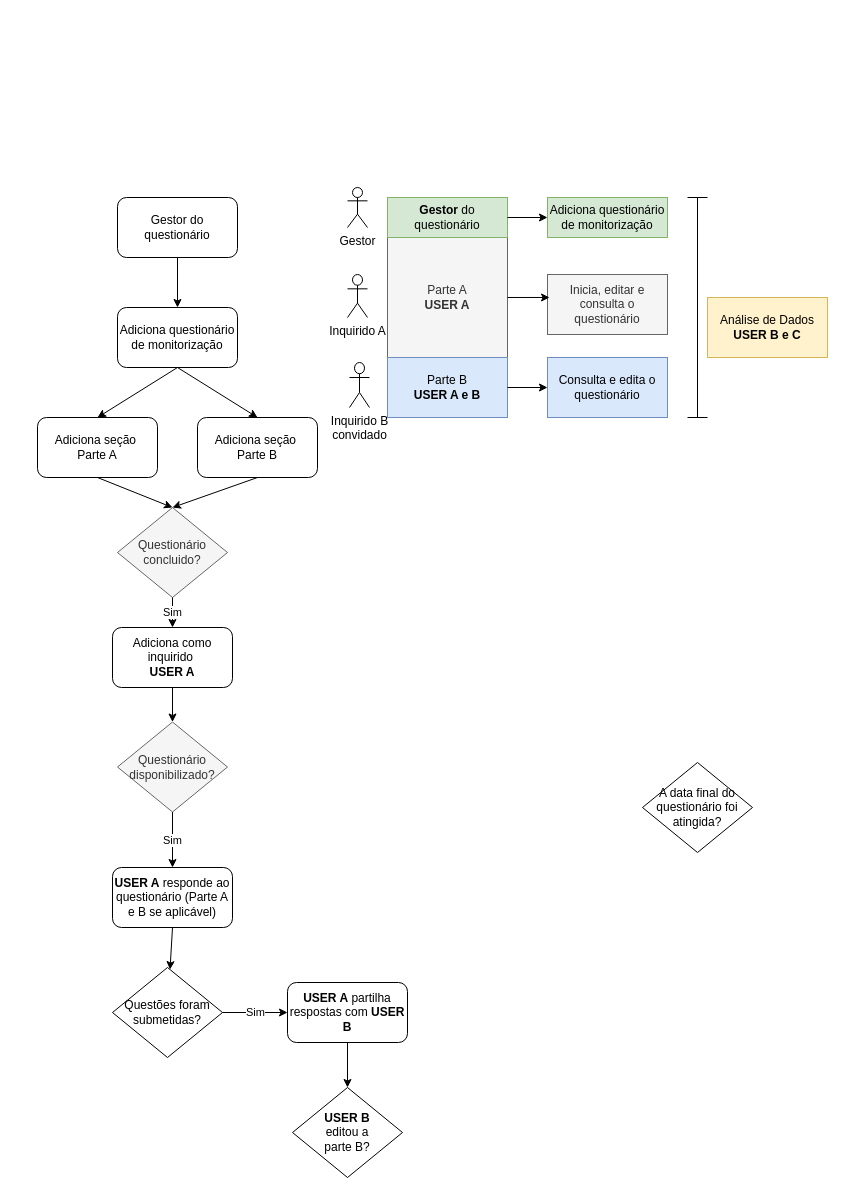
This is Diagrama sem nome.drawio from eugenianarciso/diagrams_dd, a draw.io file, before an edit. Source tidied: cells renumbered, new cells numbered last; positions are measured from the earlier drawing's top-left corner, leaving out a move shared by most shapes. Both pictures are drawn from the tidied source at 100%, with x=0, y=0 at pixel (37, 187).
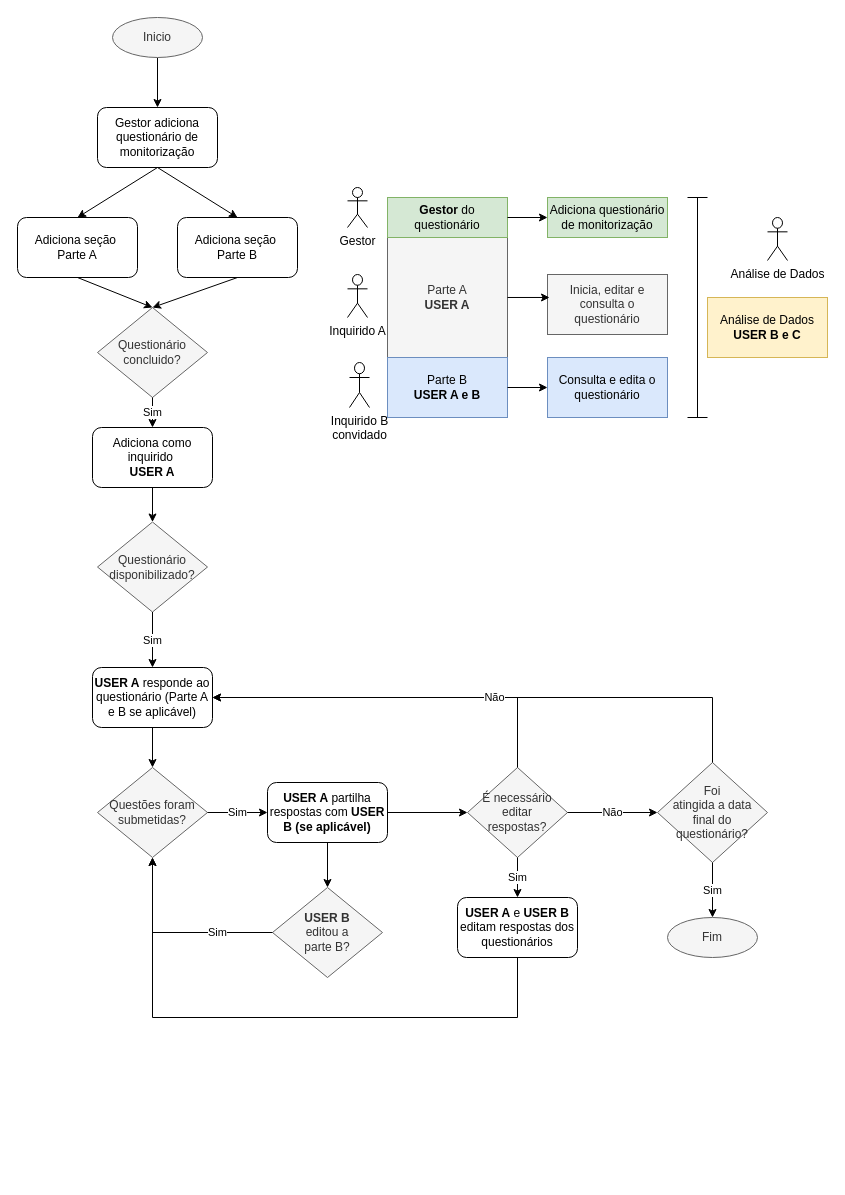
After the change.

Change to the diagram source:
```diff
@@
-    <mxCell id="9" value="Gestor do questionário" style="rounded=1;whiteSpace=wrap;html=1;" parent="1" vertex="1">
-      <mxGeometry x="80" y="10" width="120" height="60" as="geometry" />
-    </mxCell>
-    <mxCell id="10" value="Adiciona questionário de monitorização" style="rounded=1;whiteSpace=wrap;html=1;" parent="1" vertex="1">
-      <mxGeometry x="80" y="120" width="120" height="60" as="geometry" />
+    <mxCell id="10" value="Gestor adiciona questionário de monitorização" style="rounded=1;whiteSpace=wrap;html=1;" parent="1" vertex="1">
+      <mxGeometry x="60" y="-80" width="120" height="60" as="geometry" />
     </mxCell>
     <mxCell id="11" value="Adiciona seção&amp;nbsp;&lt;br&gt;Parte A" style="rounded=1;whiteSpace=wrap;html=1;" parent="1" vertex="1">
-      <mxGeometry y="230" width="120" height="60" as="geometry" />
+      <mxGeometry x="-20" y="30" width="120" height="60" as="geometry" />
     </mxCell>
     <mxCell id="12" value="Adiciona seção&amp;nbsp;&lt;br&gt;Parte B" style="rounded=1;whiteSpace=wrap;html=1;" parent="1" vertex="1">
-      <mxGeometry x="160" y="230" width="120" height="60" as="geometry" />
+      <mxGeometry x="140" y="30" width="120" height="60" as="geometry" />
     </mxCell>
     <mxCell id="13" value="Questionário concluido?" style="rhombus;whiteSpace=wrap;html=1;fillColor=#f5f5f5;fontColor=#333333;strokeColor=#666666;" parent="1" vertex="1">
-      <mxGeometry x="80" y="320" width="110" height="90" as="geometry" />
+      <mxGeometry x="60" y="120" width="110" height="90" as="geometry" />
     </mxCell>
     <mxCell id="14" value="Adiciona como inquirido&amp;nbsp;&lt;br&gt;&lt;b&gt;USER A&lt;/b&gt;" style="rounded=1;whiteSpace=wrap;html=1;" parent="1" vertex="1">
-      <mxGeometry x="75" y="440" width="120" height="60" as="geometry" />
+      <mxGeometry x="55" y="240" width="120" height="60" as="geometry" />
     </mxCell>
@@
     <mxCell id="17" value="Questionário disponibilizado?" style="rhombus;whiteSpace=wrap;html=1;fillColor=#f5f5f5;fontColor=#333333;strokeColor=#666666;" parent="1" vertex="1">
-      <mxGeometry x="80" y="534.5" width="110" height="90" as="geometry" />
+      <mxGeometry x="60" y="334.5" width="110" height="90" as="geometry" />
     </mxCell>
     <mxCell id="18" value="&lt;b&gt;USER A&lt;/b&gt; responde ao questionário (Parte A e B se aplicável)" style="rounded=1;whiteSpace=wrap;html=1;" parent="1" vertex="1">
-      <mxGeometry x="75" y="680" width="120" height="60" as="geometry" />
+      <mxGeometry x="55" y="480" width="120" height="60" as="geometry" />
     </mxCell>
-    <mxCell id="19" value="A data final do questionário foi atingida?" style="rhombus;whiteSpace=wrap;html=1;" parent="1" vertex="1">
-      <mxGeometry x="605" y="575" width="110" height="90" as="geometry" />
-    </mxCell>
-    <mxCell id="20" value="&lt;b&gt;USER A&lt;/b&gt; partilha respostas com &lt;b&gt;USER B&lt;/b&gt;" style="rounded=1;whiteSpace=wrap;html=1;" parent="1" vertex="1">
-      <mxGeometry x="250" y="795" width="120" height="60" as="geometry" />
+    <mxCell id="20" value="&lt;b&gt;USER A&lt;/b&gt; partilha respostas com &lt;b&gt;USER B (se aplicável)&lt;/b&gt;" style="rounded=1;whiteSpace=wrap;html=1;" parent="1" vertex="1">
+      <mxGeometry x="230" y="595" width="120" height="60" as="geometry" />
     </mxCell>
-    <mxCell id="21" value="Questões foram submetidas?" style="rhombus;whiteSpace=wrap;html=1;" parent="1" vertex="1">
-      <mxGeometry x="75" y="780" width="110" height="90" as="geometry" />
+    <mxCell id="21" value="Questões foram submetidas?" style="rhombus;whiteSpace=wrap;html=1;fillColor=#f5f5f5;fontColor=#333333;strokeColor=#666666;" parent="1" vertex="1">
+      <mxGeometry x="60" y="580" width="110" height="90" as="geometry" />
     </mxCell>
-    <mxCell id="22" value="&lt;b&gt;USER B &lt;/b&gt;&lt;br&gt;editou a &lt;br&gt;parte B?" style="rhombus;whiteSpace=wrap;html=1;" parent="1" vertex="1">
-      <mxGeometry x="255" y="900" width="110" height="90" as="geometry" />
+    <mxCell id="22" value="&lt;b&gt;USER B &lt;/b&gt;&lt;br&gt;editou a &lt;br&gt;parte B?" style="rhombus;whiteSpace=wrap;html=1;fillColor=#f5f5f5;fontColor=#333333;strokeColor=#666666;" parent="1" vertex="1">
+      <mxGeometry x="235" y="700" width="110" height="90" as="geometry" />
     </mxCell>
-    <mxCell id="23" style="endArrow=classic;html=1;rounded=0;" parent="1" edge="1" source="9" target="10">
-      <mxGeometry relative="1" as="geometry" />
+    <mxCell id="23" style="endArrow=classic;html=1;rounded=0;" parent="1" edge="1" target="10">
+      <mxGeometry relative="1" as="geometry">
+        <mxPoint x="120" y="-130" as="sourcePoint" />
+      </mxGeometry>
     </mxCell>
@@
+    <mxCell id="39" value="É necessário editar &lt;br&gt;respostas?" style="rhombus;whiteSpace=wrap;html=1;fillStyle=auto;fillColor=#f5f5f5;fontColor=#333333;strokeColor=#666666;" parent="1" vertex="1">
+      <mxGeometry x="430" y="580" width="100" height="90" as="geometry" />
+    </mxCell>
+    <mxCell id="40" style="endArrow=classic;html=1;rounded=0;exitX=1;exitY=0.5;exitDx=0;exitDy=0;" parent="1" edge="1" source="20" target="39">
+      <mxGeometry relative="1" as="geometry" />
+    </mxCell>
+    <mxCell id="41" value="&lt;b&gt;USER A&lt;/b&gt; e&amp;nbsp;&lt;b&gt;USER B &lt;/b&gt;editam respostas dos questionários" style="rounded=1;whiteSpace=wrap;html=1;" parent="1" vertex="1">
+      <mxGeometry x="420" y="710" width="120" height="60" as="geometry" />
+    </mxCell>
+    <mxCell id="42" value="Sim" style="endArrow=classic;html=1;rounded=0;exitX=0.5;exitY=1;exitDx=0;exitDy=0;" parent="1" edge="1" source="39" target="41">
+      <mxGeometry relative="1" as="geometry" />
+    </mxCell>
+    <mxCell id="43" value="Foi &lt;br&gt;atingida a data &lt;br&gt;final do questionário?" style="rhombus;whiteSpace=wrap;html=1;fillColor=#f5f5f5;fontColor=#333333;strokeColor=#666666;" parent="1" vertex="1">
+      <mxGeometry x="620" y="575" width="110" height="100" as="geometry" />
+    </mxCell>
+    <mxCell id="44" value="Inicio" style="ellipse;whiteSpace=wrap;html=1;fillStyle=auto;fillColor=#f5f5f5;fontColor=#333333;strokeColor=#666666;" parent="1" vertex="1">
+      <mxGeometry x="75" y="-170" width="90" height="40" as="geometry" />
+    </mxCell>
+    <mxCell id="45" value="Fim" style="ellipse;whiteSpace=wrap;html=1;fillStyle=auto;fillColor=#f5f5f5;fontColor=#333333;strokeColor=#666666;" parent="1" vertex="1">
+      <mxGeometry x="630" y="730" width="90" height="40" as="geometry" />
+    </mxCell>
+    <mxCell id="46" value="Não" style="endArrow=classic;html=1;rounded=0;exitX=1;exitY=0.5;exitDx=0;exitDy=0;entryX=0;entryY=0.5;entryDx=0;entryDy=0;" parent="1" edge="1" source="39" target="43">
+      <mxGeometry relative="1" as="geometry" />
+    </mxCell>
+    <mxCell id="47" value="Sim" style="endArrow=classic;html=1;rounded=0;exitX=0.5;exitY=1;exitDx=0;exitDy=0;entryX=0.5;entryY=0;entryDx=0;entryDy=0;" parent="1" edge="1" source="43" target="45">
+      <mxGeometry relative="1" as="geometry" />
+    </mxCell>
+    <mxCell id="48" style="endArrow=classic;html=1;rounded=0;exitX=0.5;exitY=1;exitDx=0;exitDy=0;entryX=0.5;entryY=1;entryDx=0;entryDy=0;" parent="1" edge="1" source="41" target="21">
+      <mxGeometry relative="1" as="geometry">
+        <Array as="points">
+          <mxPoint x="480" y="830" />
+          <mxPoint x="115" y="830" />
+        </Array>
+      </mxGeometry>
+    </mxCell>
+    <mxCell id="49" value="Sim" style="endArrow=classic;html=1;rounded=0;exitX=0;exitY=0.5;exitDx=0;exitDy=0;entryX=0.5;entryY=1;entryDx=0;entryDy=0;" parent="1" edge="1" source="22" target="21">
+      <mxGeometry x="-0.44" relative="1" as="geometry">
+        <Array as="points">
+          <mxPoint x="115" y="745" />
+        </Array>
+      </mxGeometry>
+    </mxCell>
+    <mxCell id="50" style="endArrow=classic;html=1;rounded=0;exitX=0.5;exitY=0;exitDx=0;exitDy=0;entryX=1;entryY=0.5;entryDx=0;entryDy=0;" parent="1" edge="1" source="39" target="18">
+      <mxGeometry relative="1" as="geometry">
+        <Array as="points">
+          <mxPoint x="480" y="510" />
+        </Array>
+      </mxGeometry>
+    </mxCell>
+    <mxCell id="51" value="Não" style="endArrow=classic;html=1;rounded=0;exitX=0.5;exitY=0;exitDx=0;exitDy=0;entryX=1;entryY=0.5;entryDx=0;entryDy=0;" parent="1" edge="1" source="43" target="18">
+      <mxGeometry relative="1" as="geometry">
+        <Array as="points">
+          <mxPoint x="675" y="510" />
+        </Array>
+      </mxGeometry>
+    </mxCell>
+    <mxCell id="52" value="Análise de Dados" style="shape=umlActor;verticalLabelPosition=bottom;verticalAlign=top;html=1;fillStyle=dashed;gradientColor=none;" parent="1" vertex="1">
+      <mxGeometry x="730" y="30" width="20" height="43" as="geometry" />
+    </mxCell>
```
